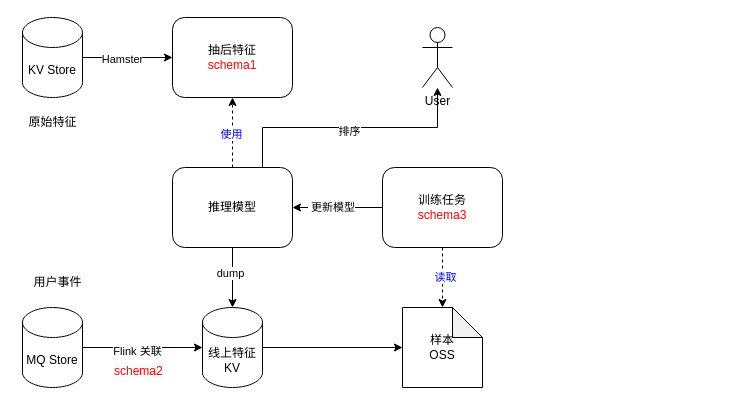
labud/pictures keeps this draw.io diagram as xhs-样本数据链路.drawio. Above is the earlier version. Source tidied: cells renumbered, new cells numbered last; positions are measured from the earlier drawing's top-left corner, leaving out a move shared by most shapes. Both pictures are drawn from the tidied source at 100%, with x=0, y=0 at pixel (17, 17).
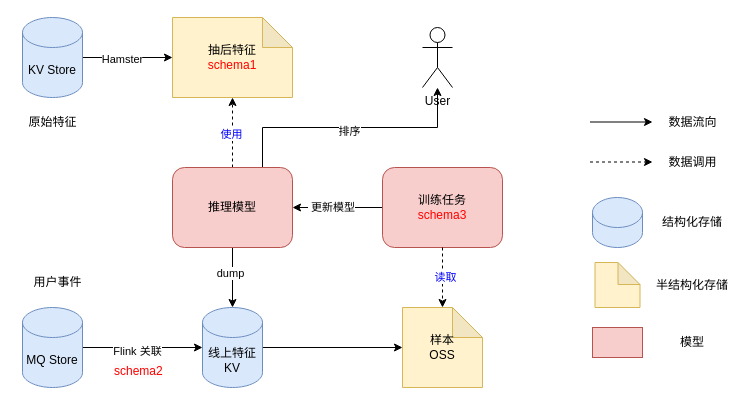
After the change.

Commit message:
Update xhs-样本数据链路.drawio

Change to the diagram source:
```diff
@@
-    <mxCell id="4" value="KV Store" style="shape=cylinder3;whiteSpace=wrap;html=1;boundedLbl=1;backgroundOutline=1;size=15;" parent="1" vertex="1">
+    <mxCell id="4" value="KV Store" style="shape=cylinder3;whiteSpace=wrap;html=1;boundedLbl=1;backgroundOutline=1;size=15;fillColor=#dae8fc;strokeColor=#6c8ebf;" parent="1" vertex="1">
       <mxGeometry x="5" width="60" height="80" as="geometry" />
     </mxCell>
@@
-    <mxCell id="6" value="抽后特征&lt;div&gt;&lt;font color=&quot;#ff0000&quot;&gt;schema1&lt;/font&gt;&lt;/div&gt;" style="rounded=1;whiteSpace=wrap;html=1;" parent="1" vertex="1">
+    <mxCell id="6" value="抽后特征&lt;div&gt;&lt;font color=&quot;#ff0000&quot;&gt;schema1&lt;/font&gt;&lt;/div&gt;" style="shape=note;whiteSpace=wrap;html=1;backgroundOutline=1;darkOpacity=0.05;fillColor=#fff2cc;strokeColor=#d6b656;" parent="1" vertex="1">
       <mxGeometry x="155" width="120" height="80" as="geometry" />
     </mxCell>
@@
-    <mxCell id="13" value="推理模型" style="rounded=1;whiteSpace=wrap;html=1;" parent="1" vertex="1">
+    <mxCell id="13" value="推理模型" style="rounded=1;whiteSpace=wrap;html=1;fillColor=#f8cecc;strokeColor=#b85450;" parent="1" vertex="1">
       <mxGeometry x="155" y="150" width="120" height="80" as="geometry" />
     </mxCell>
@@
-    <mxCell id="18" value="训练任务&lt;div&gt;&lt;span style=&quot;color: rgb(255, 0, 0);&quot;&gt;schema3&lt;/span&gt;&lt;br&gt;&lt;/div&gt;" style="rounded=1;whiteSpace=wrap;html=1;" parent="1" vertex="1">
+    <mxCell id="18" value="训练任务&lt;div&gt;&lt;span style=&quot;color: rgb(255, 0, 0);&quot;&gt;schema3&lt;/span&gt;&lt;br&gt;&lt;/div&gt;" style="rounded=1;whiteSpace=wrap;html=1;fillColor=#f8cecc;strokeColor=#b85450;" parent="1" vertex="1">
       <mxGeometry x="365" y="150" width="120" height="80" as="geometry" />
     </mxCell>
@@
-    <mxCell id="21" value="MQ Store" style="shape=cylinder3;whiteSpace=wrap;html=1;boundedLbl=1;backgroundOutline=1;size=15;" parent="1" vertex="1">
+    <mxCell id="21" value="MQ Store" style="shape=cylinder3;whiteSpace=wrap;html=1;boundedLbl=1;backgroundOutline=1;size=15;fillColor=#dae8fc;strokeColor=#6c8ebf;" parent="1" vertex="1">
       <mxGeometry x="5" y="290" width="60" height="80" as="geometry" />
     </mxCell>
@@
-    <mxCell id="24" value="线上特征KV" style="shape=cylinder3;whiteSpace=wrap;html=1;boundedLbl=1;backgroundOutline=1;size=15;" parent="1" vertex="1">
+    <mxCell id="24" value="线上特征KV" style="shape=cylinder3;whiteSpace=wrap;html=1;boundedLbl=1;backgroundOutline=1;size=15;fillColor=#dae8fc;strokeColor=#6c8ebf;" parent="1" vertex="1">
       <mxGeometry x="185" y="290" width="60" height="80" as="geometry" />
     </mxCell>
-    <mxCell id="25" value="样本&lt;div&gt;OSS&lt;/div&gt;" style="shape=note;whiteSpace=wrap;html=1;backgroundOutline=1;darkOpacity=0.05;" parent="1" vertex="1">
+    <mxCell id="25" value="样本&lt;div&gt;OSS&lt;/div&gt;" style="shape=note;whiteSpace=wrap;html=1;backgroundOutline=1;darkOpacity=0.05;fillColor=#fff2cc;strokeColor=#d6b656;" parent="1" vertex="1">
       <mxGeometry x="385" y="290" width="80" height="80" as="geometry" />
     </mxCell>
@@
+    <mxCell id="28" value="结构化存储" style="text;html=1;align=center;verticalAlign=middle;whiteSpace=wrap;rounded=0;" parent="1" vertex="1">
+      <mxGeometry x="635" y="190" width="80" height="30" as="geometry" />
+    </mxCell>
+    <mxCell id="29" value="半结构化存储" style="text;html=1;align=center;verticalAlign=middle;whiteSpace=wrap;rounded=0;" parent="1" vertex="1">
+      <mxGeometry x="635" y="252.5" width="80" height="30" as="geometry" />
+    </mxCell>
+    <mxCell id="30" style="rounded=1;whiteSpace=wrap;html=1;fillColor=#f8cecc;strokeColor=#b85450;arcSize=0;" parent="1" vertex="1">
+      <mxGeometry x="575" y="310" width="50" height="30" as="geometry" />
+    </mxCell>
+    <mxCell id="31" value="模型" style="text;html=1;align=center;verticalAlign=middle;whiteSpace=wrap;rounded=0;" parent="1" vertex="1">
+      <mxGeometry x="635" y="310" width="80" height="30" as="geometry" />
+    </mxCell>
+    <mxCell id="32" style="shape=cylinder3;whiteSpace=wrap;html=1;boundedLbl=1;backgroundOutline=1;size=15;fillColor=#dae8fc;strokeColor=#6c8ebf;" parent="1" vertex="1">
+      <mxGeometry x="575" y="180" width="50" height="50" as="geometry" />
+    </mxCell>
+    <mxCell id="33" style="shape=note;whiteSpace=wrap;html=1;backgroundOutline=1;darkOpacity=0.05;size=22;fillColor=#fff2cc;strokeColor=#d6b656;" parent="1" vertex="1">
+      <mxGeometry x="577.5" y="245" width="45" height="45" as="geometry" />
+    </mxCell>
+    <mxCell id="34" style="endArrow=classic;html=1;rounded=0;" parent="1" edge="1">
+      <mxGeometry relative="1" as="geometry">
+        <mxPoint x="572.5" y="104.5" as="sourcePoint" />
+        <mxPoint x="635" y="104.5" as="targetPoint" />
+      </mxGeometry>
+    </mxCell>
+    <mxCell id="35" value="数据流向" style="text;html=1;align=center;verticalAlign=middle;strokeColor=none;fillColor=none;" parent="1" vertex="1">
+      <mxGeometry x="640" y="90" width="70" height="30" as="geometry" />
+    </mxCell>
+    <mxCell id="36" style="endArrow=classic;html=1;rounded=0;dashed=1;" parent="1" edge="1">
+      <mxGeometry relative="1" as="geometry">
+        <mxPoint x="572.5" y="144.5" as="sourcePoint" />
+        <mxPoint x="635" y="144.5" as="targetPoint" />
+      </mxGeometry>
+    </mxCell>
+    <mxCell id="37" value="数据调用" style="text;html=1;align=center;verticalAlign=middle;strokeColor=none;fillColor=none;" parent="1" vertex="1">
+      <mxGeometry x="640" y="130" width="70" height="30" as="geometry" />
+    </mxCell>
```
